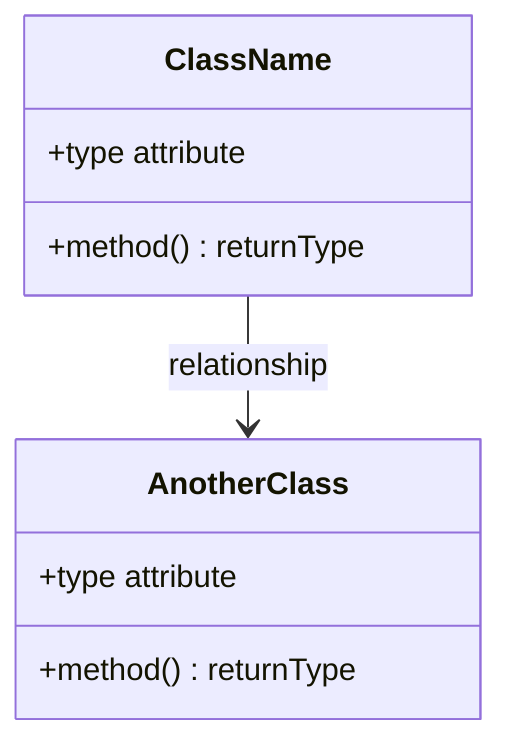
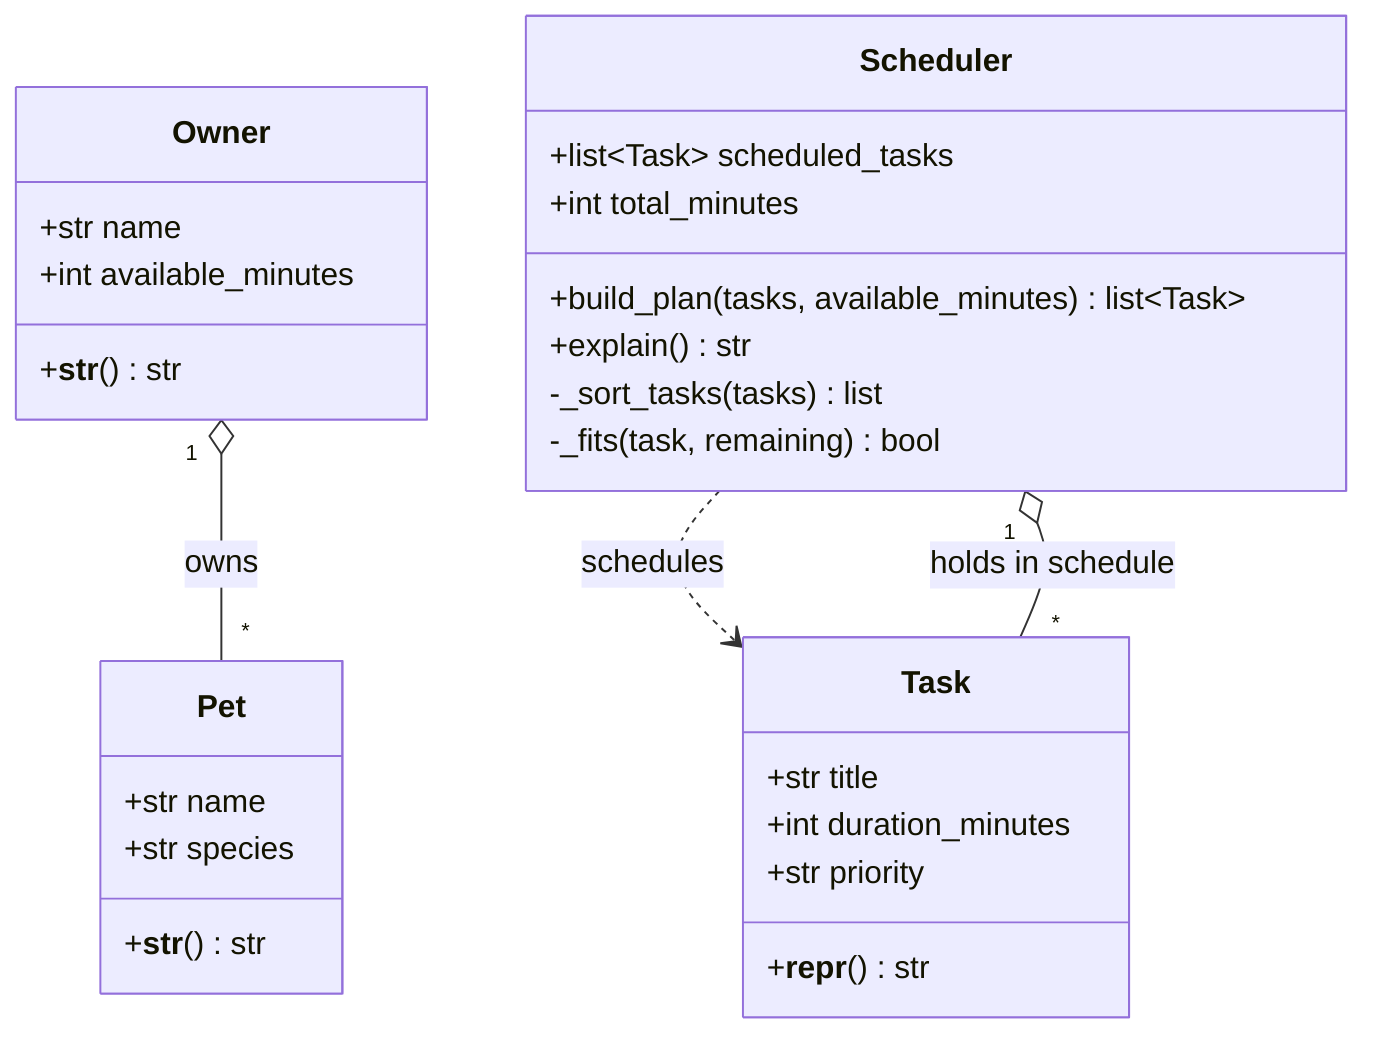
classDiagram
-     %% Replace the placeholders below with your actual classes, attributes, methods, and relationships.
-     %% Keep this file updated so it matches your final implementation.
+     %% PawPal+ — pet care planning assistant (4-class design)
+     %% Owner, Pet, Task are data classes.
+     %% Scheduler holds the logic AND the resulting schedule.

-     class ClassName {
-         +type attribute
-         +method() returnType
+     class Owner {
+         +str name
+         +int available_minutes
+         +__str__() str
    }

-     class AnotherClass {
-         +type attribute
-         +method() returnType
+     class Pet {
+         +str name
+         +str species
+         +__str__() str
    }

-     ClassName --> AnotherClass : relationship
+     class Task {
+         +str title
+         +int duration_minutes
+         +str priority
+         +__repr__() str
+     }
+ 
+     class Scheduler {
+         +list~Task~ scheduled_tasks
+         +int total_minutes
+         +build_plan(tasks, available_minutes) list~Task~
+         +explain() str
+         -_sort_tasks(tasks) list
+         -_fits(task, remaining) bool
+     }
+ 
+     Owner "1" o-- "*" Pet : owns
+     Scheduler ..> Task : schedules
+     Scheduler "1" o-- "*" Task : holds in schedule
